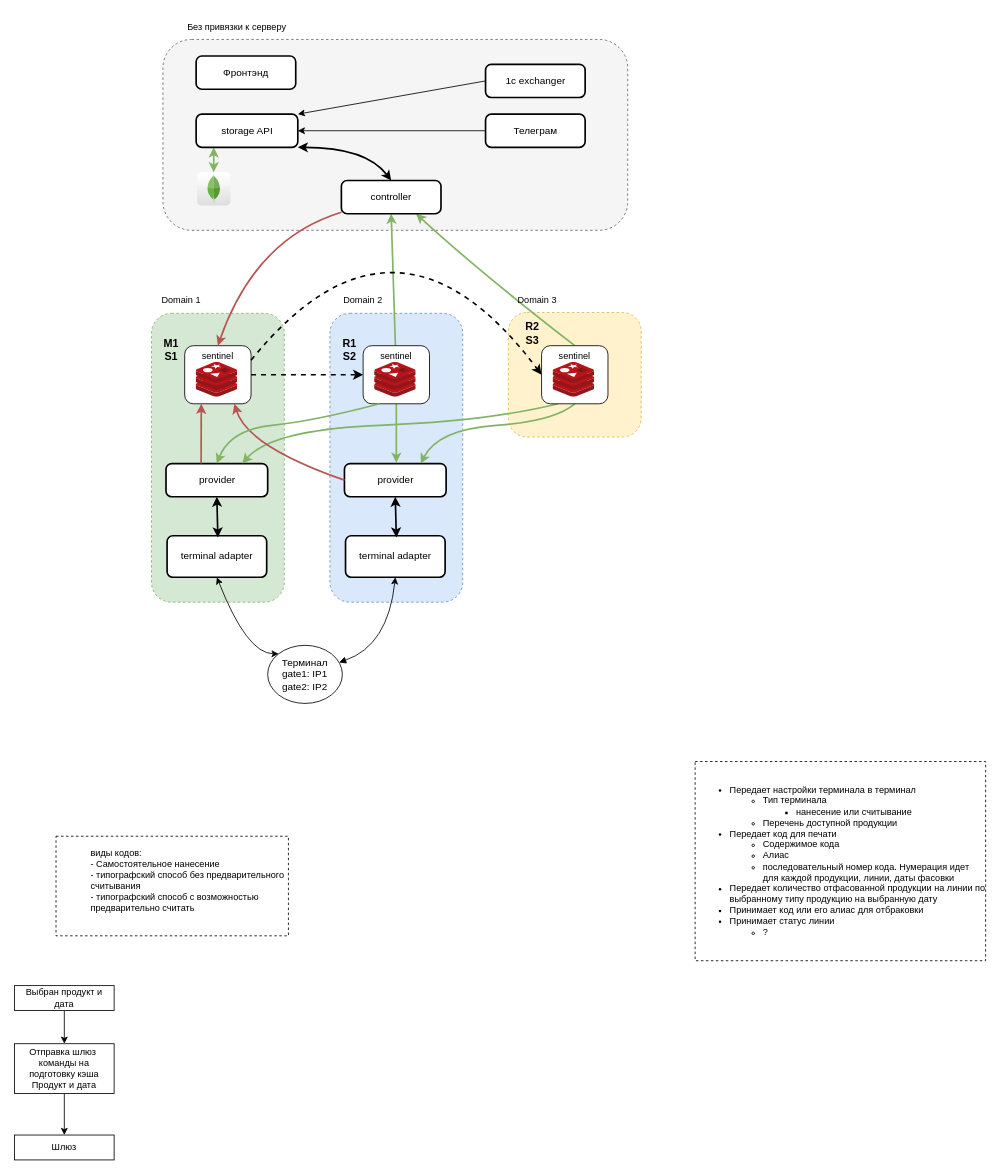
The draw.io diagram arch.drawio in anatolypaw/molocode, before the edit. Source tidied: cells renumbered, new cells numbered last; positions are measured from the earlier drawing's top-left corner, leaving out a move shared by most shapes. Both pictures are drawn from the tidied source at 83%, with x=0, y=0 at pixel (14, 14).
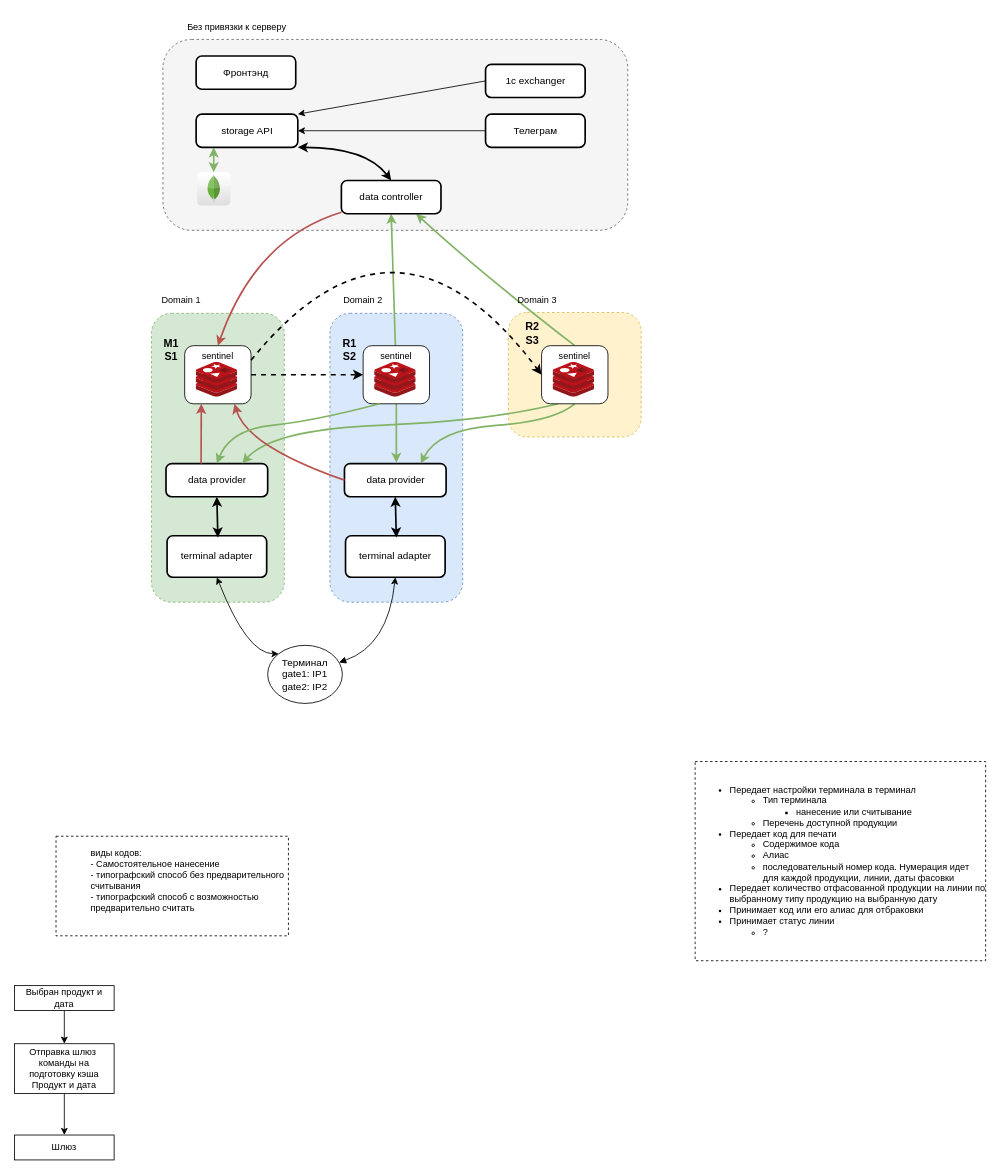
The same page after the edit.

Diff of the diagram source:
```diff
@@
-    <mxCell id="27" value="provider" style="rounded=1;absoluteArcSize=1;arcSize=14;whiteSpace=wrap;strokeWidth=2;shadow=0;glass=0;" parent="1" vertex="1">
+    <mxCell id="27" value="data provider" style="rounded=1;absoluteArcSize=1;arcSize=14;whiteSpace=wrap;strokeWidth=2;shadow=0;glass=0;" parent="1" vertex="1">
       <mxGeometry x="397.5" y="541" width="122.5" height="40" as="geometry" />
     </mxCell>
@@
-    <mxCell id="37" value="provider" style="rounded=1;absoluteArcSize=1;arcSize=14;whiteSpace=wrap;strokeWidth=2;shadow=0;glass=0;" parent="1" vertex="1">
+    <mxCell id="37" value="data provider" style="rounded=1;absoluteArcSize=1;arcSize=14;whiteSpace=wrap;strokeWidth=2;shadow=0;glass=0;" parent="1" vertex="1">
       <mxGeometry x="182.5" y="541" width="122.5" height="40" as="geometry" />
     </mxCell>
@@
-    <mxCell id="55" value="controller" style="rounded=1;absoluteArcSize=1;arcSize=14;whiteSpace=wrap;strokeWidth=2;shadow=0;glass=0;" parent="1" vertex="1">
+    <mxCell id="55" value="data controller" style="rounded=1;absoluteArcSize=1;arcSize=14;whiteSpace=wrap;strokeWidth=2;shadow=0;glass=0;" parent="1" vertex="1">
       <mxGeometry x="393.8" y="200" width="120" height="40" as="geometry" />
     </mxCell>
```
